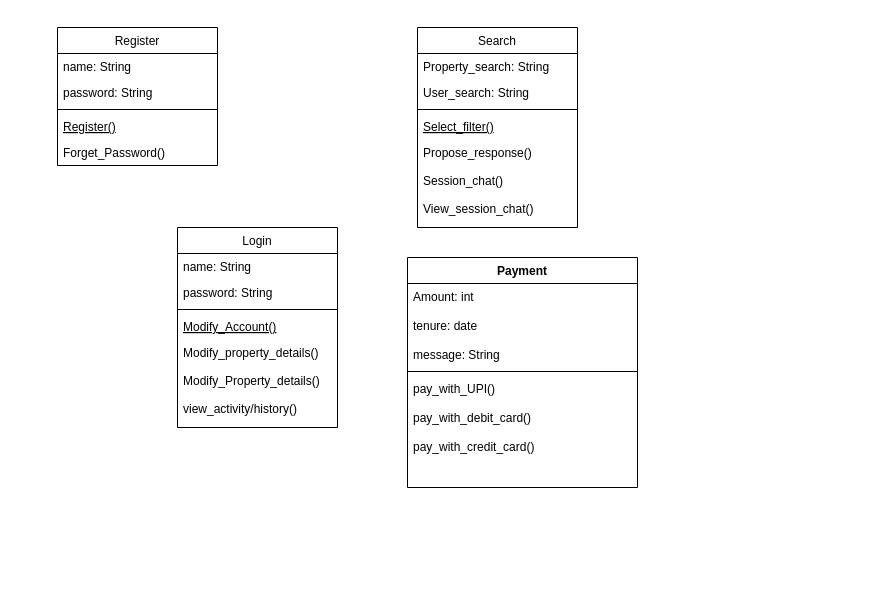
This is Class_diagram_lab2.drawio from Jainil2004/SEPM, a draw.io file, before an edit. Source tidied: cells renumbered, new cells numbered last; positions are measured from the earlier drawing's top-left corner, leaving out a move shared by most shapes. Both pictures are drawn from the tidied source at 100%, with x=0, y=0 at pixel (57, 27).
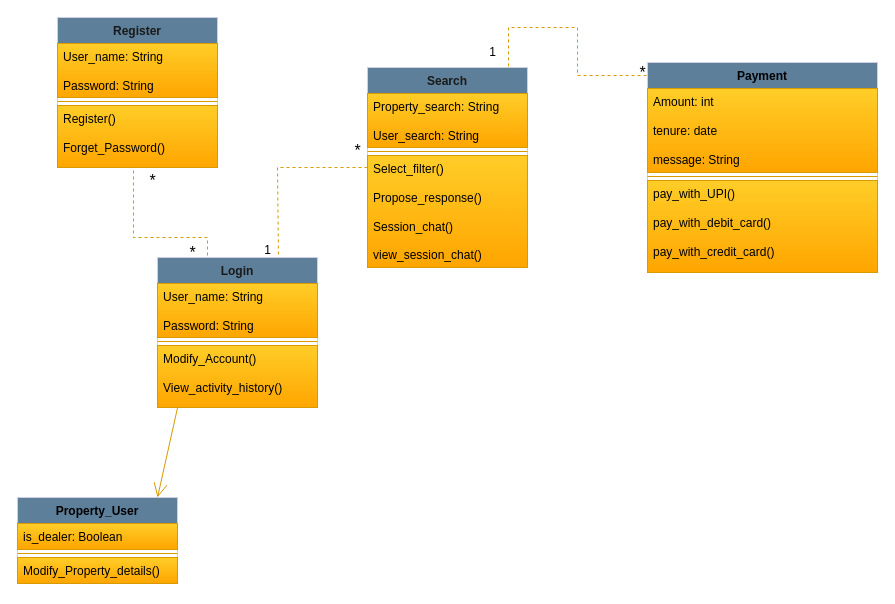
After the change.

Diff of the diagram source:
```diff
@@
-    <mxCell id="2" value="Login" style="swimlane;fontStyle=0;align=center;verticalAlign=top;horizontal=1;startSize=26;rounded=0;shadow=0;strokeWidth=1;" parent="1" vertex="1">
-      <mxGeometry x="120" y="200" width="160" height="200" as="geometry" />
-    </mxCell>
-    <mxCell id="3" value="name: String" style="text;align=left;verticalAlign=top;spacingLeft=4;spacingRight=4;overflow=hidden;" parent="2" vertex="1">
-      <mxGeometry y="26" width="160" height="26" as="geometry" />
-    </mxCell>
-    <mxCell id="4" value="password: String" style="text;align=left;verticalAlign=top;spacingLeft=4;spacingRight=4;overflow=hidden;rounded=0;shadow=0;html=0;" parent="2" vertex="1">
-      <mxGeometry y="52" width="160" height="26" as="geometry" />
-    </mxCell>
-    <mxCell id="5" style="line;html=1;strokeWidth=1;align=left;verticalAlign=middle;spacingTop=-1;spacingLeft=3;spacingRight=3;labelPosition=right;" parent="2" vertex="1">
-      <mxGeometry y="78" width="160" height="8" as="geometry" />
-    </mxCell>
-    <mxCell id="6" value="Modify_Account()" style="text;align=left;verticalAlign=top;spacingLeft=4;spacingRight=4;overflow=hidden;fontStyle=4;" parent="2" vertex="1">
-      <mxGeometry y="86" width="160" height="26" as="geometry" />
-    </mxCell>
-    <mxCell id="7" value="Modify_property_details()&#10;&#10;Modify_Property_details()&#10;&#10;view_activity/history()&#10;&#10;" style="text;align=left;verticalAlign=top;spacingLeft=4;spacingRight=4;overflow=hidden;" parent="2" vertex="1">
-      <mxGeometry y="112" width="160" height="78" as="geometry" />
-    </mxCell>
-    <mxCell id="8" value="Register" style="swimlane;fontStyle=0;align=center;verticalAlign=top;horizontal=1;startSize=26;rounded=0;shadow=0;strokeWidth=1;" parent="1" vertex="1">
-      <mxGeometry width="160" height="138" as="geometry" />
-    </mxCell>
-    <mxCell id="9" value="name: String" style="text;align=left;verticalAlign=top;spacingLeft=4;spacingRight=4;overflow=hidden;" parent="8" vertex="1">
-      <mxGeometry y="26" width="160" height="26" as="geometry" />
-    </mxCell>
-    <mxCell id="10" value="password: String" style="text;align=left;verticalAlign=top;spacingLeft=4;spacingRight=4;overflow=hidden;rounded=0;shadow=0;html=0;" parent="8" vertex="1">
-      <mxGeometry y="52" width="160" height="26" as="geometry" />
-    </mxCell>
-    <mxCell id="11" style="line;html=1;strokeWidth=1;align=left;verticalAlign=middle;spacingTop=-1;spacingLeft=3;spacingRight=3;labelPosition=right;" parent="8" vertex="1">
-      <mxGeometry y="78" width="160" height="8" as="geometry" />
-    </mxCell>
-    <mxCell id="12" value="Register()" style="text;align=left;verticalAlign=top;spacingLeft=4;spacingRight=4;overflow=hidden;fontStyle=4;" parent="8" vertex="1">
-      <mxGeometry y="86" width="160" height="26" as="geometry" />
-    </mxCell>
-    <mxCell id="13" value="Forget_Password()" style="text;align=left;verticalAlign=top;spacingLeft=4;spacingRight=4;overflow=hidden;" parent="8" vertex="1">
-      <mxGeometry y="112" width="160" height="26" as="geometry" />
-    </mxCell>
-    <mxCell id="14" value="Search" style="swimlane;fontStyle=0;align=center;verticalAlign=top;horizontal=1;startSize=26;rounded=0;shadow=0;strokeWidth=1;" parent="1" vertex="1">
-      <mxGeometry x="360" width="160" height="200" as="geometry" />
-    </mxCell>
-    <mxCell id="15" value="Property_search: String" style="text;align=left;verticalAlign=top;spacingLeft=4;spacingRight=4;overflow=hidden;" parent="14" vertex="1">
-      <mxGeometry y="26" width="160" height="26" as="geometry" />
-    </mxCell>
-    <mxCell id="16" value="User_search: String" style="text;align=left;verticalAlign=top;spacingLeft=4;spacingRight=4;overflow=hidden;rounded=0;shadow=0;html=0;" parent="14" vertex="1">
-      <mxGeometry y="52" width="160" height="26" as="geometry" />
-    </mxCell>
-    <mxCell id="17" style="line;html=1;strokeWidth=1;align=left;verticalAlign=middle;spacingTop=-1;spacingLeft=3;spacingRight=3;labelPosition=right;" parent="14" vertex="1">
-      <mxGeometry y="78" width="160" height="8" as="geometry" />
-    </mxCell>
-    <mxCell id="18" value="Select_filter()" style="text;align=left;verticalAlign=top;spacingLeft=4;spacingRight=4;overflow=hidden;fontStyle=4;" parent="14" vertex="1">
-      <mxGeometry y="86" width="160" height="26" as="geometry" />
-    </mxCell>
-    <mxCell id="19" value="Propose_response()&#10;&#10;Session_chat()&#10;&#10;View_session_chat()&#10;&#10;" style="text;align=left;verticalAlign=top;spacingLeft=4;spacingRight=4;overflow=hidden;" parent="14" vertex="1">
-      <mxGeometry y="112" width="160" height="78" as="geometry" />
-    </mxCell>
-    <mxCell id="20" value="Payment" style="swimlane;fontStyle=1;align=center;verticalAlign=top;horizontal=1;startSize=26;whiteSpace=wrap;html=1;" parent="1" vertex="1">
-      <mxGeometry x="350" y="230" width="230" height="230" as="geometry" />
+    <mxCell id="20" value="Payment" style="swimlane;fontStyle=1;align=center;verticalAlign=top;horizontal=1;startSize=26;whiteSpace=wrap;html=1;labelBackgroundColor=none;fillColor=#5D7F99;strokeColor=#D0CEE2;fontColor=#000000;" parent="1" vertex="1">
+      <mxGeometry x="590" y="35" width="230" height="210" as="geometry" />
     </mxCell>
-    <mxCell id="21" value="&lt;div&gt;Amount: int&lt;/div&gt;&lt;div&gt;&lt;br&gt;&lt;/div&gt;&lt;div&gt;tenure: date&lt;/div&gt;&lt;div&gt;&lt;br&gt;&lt;/div&gt;&lt;div&gt;message: String&lt;br&gt;&lt;/div&gt;" style="text;strokeColor=none;fillColor=none;align=left;verticalAlign=top;spacingLeft=4;spacingRight=4;overflow=hidden;whiteSpace=wrap;html=1;" parent="20" vertex="1">
+    <mxCell id="21" value="&lt;div&gt;Amount: int&lt;/div&gt;&lt;div&gt;&lt;br&gt;&lt;/div&gt;&lt;div&gt;tenure: date&lt;/div&gt;&lt;div&gt;&lt;br&gt;&lt;/div&gt;&lt;div&gt;message: String&lt;br&gt;&lt;/div&gt;" style="text;strokeColor=#d79b00;fillColor=#ffcd28;align=left;verticalAlign=top;spacingLeft=4;spacingRight=4;overflow=hidden;whiteSpace=wrap;html=1;labelBackgroundColor=none;gradientColor=#ffa500;" parent="20" vertex="1">
       <mxGeometry y="26" width="230" height="84" as="geometry" />
     </mxCell>
-    <mxCell id="22" style="line;strokeWidth=1;fillColor=none;align=left;verticalAlign=middle;spacingTop=-1;spacingLeft=3;spacingRight=3;labelPosition=right;strokeColor=inherit;" parent="20" vertex="1">
+    <mxCell id="22" style="line;strokeWidth=1;fillColor=#ffcd28;align=left;verticalAlign=middle;spacingTop=-1;spacingLeft=3;spacingRight=3;labelPosition=right;strokeColor=#d79b00;labelBackgroundColor=none;gradientColor=#ffa500;" parent="20" vertex="1">
       <mxGeometry y="110" width="230" height="8" as="geometry" />
     </mxCell>
-    <mxCell id="23" value="&lt;div&gt;pay_with_UPI()&lt;/div&gt;&lt;div&gt;&lt;br&gt;&lt;/div&gt;&lt;div&gt;pay_with_debit_card()&lt;/div&gt;&lt;div&gt;&lt;br&gt;&lt;/div&gt;&lt;div&gt;pay_with_credit_card()&lt;br&gt;&lt;/div&gt;" style="text;strokeColor=none;fillColor=none;align=left;verticalAlign=top;spacingLeft=4;spacingRight=4;overflow=hidden;whiteSpace=wrap;html=1;" parent="20" vertex="1">
-      <mxGeometry y="118" width="230" height="112" as="geometry" />
+    <mxCell id="23" value="&lt;div&gt;pay_with_UPI()&lt;/div&gt;&lt;div&gt;&lt;br&gt;&lt;/div&gt;&lt;div&gt;pay_with_debit_card()&lt;/div&gt;&lt;div&gt;&lt;br&gt;&lt;/div&gt;&lt;div&gt;pay_with_credit_card()&lt;br&gt;&lt;/div&gt;" style="text;strokeColor=#d79b00;fillColor=#ffcd28;align=left;verticalAlign=top;spacingLeft=4;spacingRight=4;overflow=hidden;whiteSpace=wrap;html=1;labelBackgroundColor=none;gradientColor=#ffa500;" parent="20" vertex="1">
+      <mxGeometry y="118" width="230" height="92" as="geometry" />
     </mxCell>
+    <mxCell id="24" style="endArrow=none;dashed=1;html=1;rounded=0;entryX=0.475;entryY=1.077;entryDx=0;entryDy=0;entryPerimeter=0;exitX=0.5;exitY=0;exitDx=0;exitDy=0;labelBackgroundColor=none;strokeColor=#d79b00;fontColor=#000000;fillColor=#ffcd28;gradientColor=#ffa500;" parent="1" edge="1">
+      <mxGeometry relative="1" as="geometry">
+        <mxPoint x="150" y="240" as="sourcePoint" />
+        <mxPoint x="76" y="140" as="targetPoint" />
+        <Array as="points">
+          <mxPoint x="150" y="210" />
+          <mxPoint x="76" y="210" />
+        </Array>
+      </mxGeometry>
+    </mxCell>
+    <mxCell id="25" style="endArrow=none;dashed=1;html=1;rounded=0;entryX=0.944;entryY=-0.03;entryDx=0;entryDy=0;entryPerimeter=0;exitX=0;exitY=0.5;exitDx=0;exitDy=0;labelBackgroundColor=none;strokeColor=#d79b00;fontColor=#000000;fillColor=#ffcd28;gradientColor=#ffa500;" parent="1" edge="1">
+      <mxGeometry relative="1" as="geometry">
+        <mxPoint x="310" y="140" as="sourcePoint" />
+        <mxPoint x="221" y="234.3" as="targetPoint" />
+        <Array as="points">
+          <mxPoint x="294" y="140" />
+          <mxPoint x="220" y="140" />
+        </Array>
+      </mxGeometry>
+    </mxCell>
+    <mxCell id="26" value="&lt;font size=&quot;3&quot;&gt;*&lt;/font&gt;" style="text;html=1;align=center;verticalAlign=middle;strokeColor=none;fillColor=none;labelBackgroundColor=none;fontColor=#000000;" parent="1" vertex="1">
+      <mxGeometry x="285" y="108" width="30" height="30" as="geometry" />
+    </mxCell>
+    <mxCell id="27" value="1" style="text;html=1;align=center;verticalAlign=middle;strokeColor=none;fillColor=none;labelBackgroundColor=none;fontColor=#000000;" parent="1" vertex="1">
+      <mxGeometry x="195" y="208" width="30" height="30" as="geometry" />
+    </mxCell>
+    <mxCell id="28" style="endArrow=none;dashed=1;html=1;rounded=0;exitX=-0.004;exitY=0.062;exitDx=0;exitDy=0;exitPerimeter=0;labelBackgroundColor=none;strokeColor=#d79b00;fontColor=#000000;fillColor=#ffcd28;gradientColor=#ffa500;" parent="1" edge="1" source="20">
+      <mxGeometry relative="1" as="geometry">
+        <mxPoint x="451" y="40" as="targetPoint" />
+        <Array as="points">
+          <mxPoint x="520" y="48" />
+          <mxPoint x="520" />
+          <mxPoint x="451" />
+        </Array>
+      </mxGeometry>
+    </mxCell>
+    <mxCell id="29" value="1" style="text;html=1;align=center;verticalAlign=middle;strokeColor=none;fillColor=none;labelBackgroundColor=none;fontColor=#000000;" parent="1" vertex="1">
+      <mxGeometry x="420" y="10" width="30" height="30" as="geometry" />
+    </mxCell>
+    <mxCell id="30" value="&lt;font size=&quot;3&quot;&gt;*&lt;/font&gt;" style="text;html=1;align=center;verticalAlign=middle;strokeColor=none;fillColor=none;labelBackgroundColor=none;fontColor=#000000;" parent="1" vertex="1">
+      <mxGeometry x="570" y="30" width="30" height="30" as="geometry" />
+    </mxCell>
+    <mxCell id="31" value="&lt;font size=&quot;3&quot;&gt;*&lt;/font&gt;" style="text;html=1;align=center;verticalAlign=middle;strokeColor=none;fillColor=none;labelBackgroundColor=none;fontColor=#000000;" parent="1" vertex="1">
+      <mxGeometry x="80" y="138" width="30" height="30" as="geometry" />
+    </mxCell>
+    <mxCell id="32" value="&lt;font size=&quot;3&quot;&gt;*&lt;/font&gt;" style="text;html=1;align=center;verticalAlign=middle;strokeColor=none;fillColor=none;labelBackgroundColor=none;fontColor=#000000;" parent="1" vertex="1">
+      <mxGeometry x="120" y="210" width="30" height="30" as="geometry" />
+    </mxCell>
+    <mxCell id="33" value="Property_User" style="swimlane;fontStyle=1;align=center;verticalAlign=top;horizontal=1;startSize=26;whiteSpace=wrap;html=1;labelBackgroundColor=none;fillColor=#5D7F99;strokeColor=#D0CEE2;fontColor=#000000;" parent="1" vertex="1">
+      <mxGeometry x="-40" y="470" width="160" height="86" as="geometry" />
+    </mxCell>
+    <mxCell id="34" value="is_dealer: Boolean" style="text;strokeColor=#d79b00;fillColor=#ffcd28;align=left;verticalAlign=top;spacingLeft=4;spacingRight=4;overflow=hidden;whiteSpace=wrap;html=1;labelBackgroundColor=none;gradientColor=#ffa500;" parent="33" vertex="1">
+      <mxGeometry y="26" width="160" height="26" as="geometry" />
+    </mxCell>
+    <mxCell id="35" style="line;strokeWidth=1;fillColor=#ffcd28;align=left;verticalAlign=middle;spacingTop=-1;spacingLeft=3;spacingRight=3;labelPosition=right;strokeColor=#d79b00;labelBackgroundColor=none;gradientColor=#ffa500;" parent="33" vertex="1">
+      <mxGeometry y="52" width="160" height="8" as="geometry" />
+    </mxCell>
+    <mxCell id="36" value="Modify_Property_details()" style="text;strokeColor=#d79b00;fillColor=#ffcd28;align=left;verticalAlign=top;spacingLeft=4;spacingRight=4;overflow=hidden;whiteSpace=wrap;html=1;labelBackgroundColor=none;gradientColor=#ffa500;" parent="33" vertex="1">
+      <mxGeometry y="60" width="160" height="26" as="geometry" />
+    </mxCell>
+    <mxCell id="37" style="endArrow=open;endFill=1;endSize=12;html=1;rounded=0;entryX=0.75;entryY=0;entryDx=0;entryDy=0;exitX=0.188;exitY=1;exitDx=0;exitDy=0;exitPerimeter=0;labelBackgroundColor=none;strokeColor=#d79b00;fontColor=#000000;fillColor=#ffcd28;gradientColor=#ffa500;" parent="1" edge="1">
+      <mxGeometry relative="1" as="geometry">
+        <mxPoint x="120.1" y="380" as="sourcePoint" />
+        <mxPoint x="100" y="470" as="targetPoint" />
+      </mxGeometry>
+    </mxCell>
+    <mxCell id="14" value="Search" style="swimlane;fontStyle=1;align=center;verticalAlign=top;horizontal=1;startSize=26;whiteSpace=wrap;html=1;strokeColor=#D0CEE2;fontColor=#1A1A1A;fillColor=#5D7F99;" parent="1" vertex="1">
+      <mxGeometry x="310" y="40" width="160" height="200" as="geometry" />
+    </mxCell>
+    <mxCell id="38" value="&lt;div&gt;Property_search: String&lt;/div&gt;&lt;div&gt;&lt;br&gt;&lt;/div&gt;&lt;div&gt;User_search: String&lt;br&gt;&lt;/div&gt;" style="text;strokeColor=#d79b00;fillColor=#ffcd28;align=left;verticalAlign=top;spacingLeft=4;spacingRight=4;overflow=hidden;whiteSpace=wrap;html=1;gradientColor=#ffa500;" parent="14" vertex="1">
+      <mxGeometry y="26" width="160" height="54" as="geometry" />
+    </mxCell>
+    <mxCell id="39" style="line;strokeWidth=1;fillColor=#ffcd28;align=left;verticalAlign=middle;spacingTop=-1;spacingLeft=3;spacingRight=3;labelPosition=right;strokeColor=#d79b00;gradientColor=#ffa500;" parent="14" vertex="1">
+      <mxGeometry y="80" width="160" height="8" as="geometry" />
+    </mxCell>
+    <mxCell id="40" value="&lt;div&gt;Select_filter()&lt;/div&gt;&lt;div&gt;&lt;br&gt;&lt;/div&gt;&lt;div&gt;Propose_response()&lt;/div&gt;&lt;div&gt;&lt;br&gt;&lt;/div&gt;&lt;div&gt;Session_chat()&lt;/div&gt;&lt;div&gt;&lt;br&gt;&lt;/div&gt;&lt;div&gt;view_session_chat()&lt;br&gt;&lt;/div&gt;" style="text;strokeColor=#d79b00;fillColor=#ffcd28;align=left;verticalAlign=top;spacingLeft=4;spacingRight=4;overflow=hidden;whiteSpace=wrap;html=1;gradientColor=#ffa500;" parent="14" vertex="1">
+      <mxGeometry y="88" width="160" height="112" as="geometry" />
+    </mxCell>
+    <mxCell id="2" value="Login" style="swimlane;fontStyle=1;align=center;verticalAlign=top;horizontal=1;startSize=26;whiteSpace=wrap;html=1;strokeColor=#D0CEE2;fontColor=#1A1A1A;fillColor=#5D7F99;" parent="1" vertex="1">
+      <mxGeometry x="100" y="230" width="160" height="150" as="geometry" />
+    </mxCell>
+    <mxCell id="41" value="&lt;div&gt;User_name: String&lt;/div&gt;&lt;div&gt;&lt;br&gt;&lt;/div&gt;&lt;div&gt;Password: String&lt;br&gt;&lt;/div&gt;" style="text;strokeColor=#d79b00;fillColor=#ffcd28;align=left;verticalAlign=top;spacingLeft=4;spacingRight=4;overflow=hidden;whiteSpace=wrap;html=1;gradientColor=#ffa500;" parent="2" vertex="1">
+      <mxGeometry y="26" width="160" height="54" as="geometry" />
+    </mxCell>
+    <mxCell id="42" style="line;strokeWidth=1;fillColor=#ffcd28;align=left;verticalAlign=middle;spacingTop=-1;spacingLeft=3;spacingRight=3;labelPosition=right;strokeColor=#d79b00;gradientColor=#ffa500;" parent="2" vertex="1">
+      <mxGeometry y="80" width="160" height="8" as="geometry" />
+    </mxCell>
+    <mxCell id="43" value="&lt;div&gt;Modify_Account()&lt;/div&gt;&lt;div&gt;&lt;br&gt;&lt;/div&gt;&lt;div&gt;View_activity_history()&lt;br&gt;&lt;/div&gt;" style="text;strokeColor=#d79b00;fillColor=#ffcd28;align=left;verticalAlign=top;spacingLeft=4;spacingRight=4;overflow=hidden;whiteSpace=wrap;html=1;gradientColor=#ffa500;" parent="2" vertex="1">
+      <mxGeometry y="88" width="160" height="62" as="geometry" />
+    </mxCell>
+    <mxCell id="8" value="Register" style="swimlane;fontStyle=1;align=center;verticalAlign=top;horizontal=1;startSize=26;whiteSpace=wrap;html=1;strokeColor=#D0CEE2;fontColor=#1A1A1A;fillColor=#5D7F99;" parent="1" vertex="1">
+      <mxGeometry y="-10" width="160" height="150" as="geometry" />
+    </mxCell>
+    <mxCell id="44" value="&lt;div&gt;User_name: String&lt;/div&gt;&lt;div&gt;&lt;br&gt;&lt;/div&gt;&lt;div&gt;Password: String&lt;br&gt;&lt;/div&gt;" style="text;strokeColor=#d79b00;fillColor=#ffcd28;align=left;verticalAlign=top;spacingLeft=4;spacingRight=4;overflow=hidden;whiteSpace=wrap;html=1;gradientColor=#ffa500;" parent="8" vertex="1">
+      <mxGeometry y="26" width="160" height="54" as="geometry" />
+    </mxCell>
+    <mxCell id="45" style="line;strokeWidth=1;fillColor=#ffcd28;align=left;verticalAlign=middle;spacingTop=-1;spacingLeft=3;spacingRight=3;labelPosition=right;strokeColor=#d79b00;gradientColor=#ffa500;" parent="8" vertex="1">
+      <mxGeometry y="80" width="160" height="8" as="geometry" />
+    </mxCell>
+    <mxCell id="46" value="&lt;div&gt;Register()&lt;/div&gt;&lt;div&gt;&lt;br&gt;&lt;/div&gt;&lt;div&gt;Forget_Password()&lt;br&gt;&lt;/div&gt;" style="text;strokeColor=#d79b00;fillColor=#ffcd28;align=left;verticalAlign=top;spacingLeft=4;spacingRight=4;overflow=hidden;whiteSpace=wrap;html=1;gradientColor=#ffa500;" parent="8" vertex="1">
+      <mxGeometry y="88" width="160" height="62" as="geometry" />
+    </mxCell>
```
